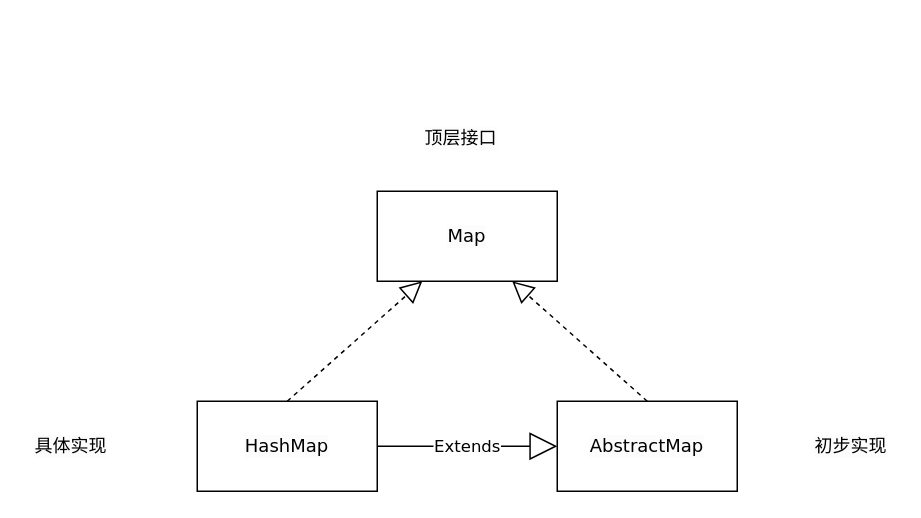
This is Java/hashMap.drawio from ZgStride/drawIO, a draw.io file, before an edit. Source tidied: cells renumbered, new cells numbered last; positions are measured from the earlier drawing's top-left corner, leaving out a move shared by most shapes. Both pictures are drawn from the tidied source at 150%, with x=0, y=0 at pixel (26, 116).
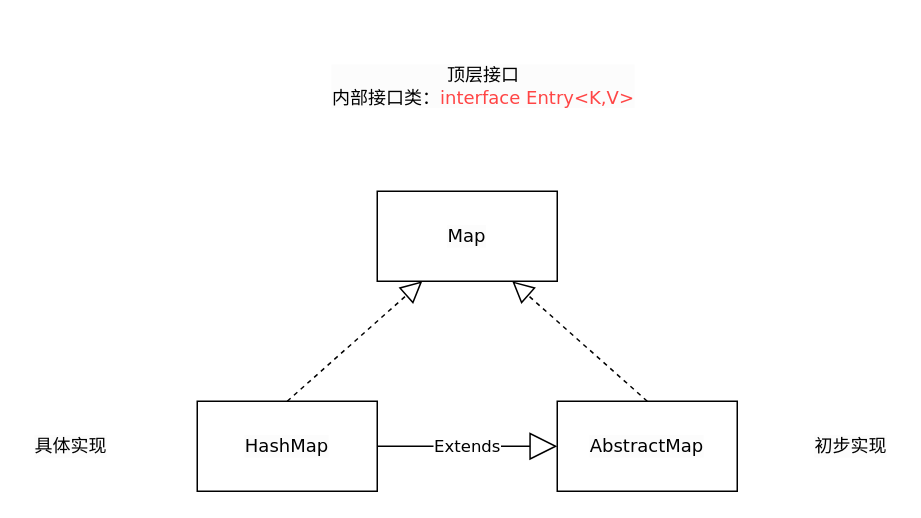
The same diagram, later.

Diff of the diagram source:
```diff
@@
 <mxGraphModel>
   <root>
     <mxCell id="0" />
     <mxCell id="1" parent="0" />
     <mxCell id="2" value="AbstractMap" style="rounded=0;whiteSpace=wrap;html=1;labelBackgroundColor=#FCFCFC;fontFamily=Verdana;" parent="1" vertex="1">
       <mxGeometry x="354" y="190" width="120" height="60" as="geometry" />
     </mxCell>
     <mxCell id="3" value="Map" style="rounded=0;whiteSpace=wrap;html=1;labelBackgroundColor=#FCFCFC;fontFamily=Verdana;" parent="1" vertex="1">
       <mxGeometry x="234" y="50" width="120" height="60" as="geometry" />
     </mxCell>
     <mxCell id="4" value="HashMap" style="rounded=0;whiteSpace=wrap;html=1;labelBackgroundColor=#FCFCFC;fontFamily=Verdana;" parent="1" vertex="1">
       <mxGeometry x="114" y="190" width="120" height="60" as="geometry" />
     </mxCell>
     <mxCell id="5" style="endArrow=block;dashed=1;endFill=0;endSize=12;html=1;rounded=0;fontFamily=Verdana;entryX=0.25;entryY=1;entryDx=0;entryDy=0;exitX=0.5;exitY=0;exitDx=0;exitDy=0;" parent="1" edge="1" source="4" target="3">
       <mxGeometry relative="1" as="geometry" />
     </mxCell>
     <mxCell id="6" style="endArrow=block;dashed=1;endFill=0;endSize=12;html=1;rounded=0;fontFamily=Verdana;entryX=0.75;entryY=1;entryDx=0;entryDy=0;exitX=0.5;exitY=0;exitDx=0;exitDy=0;" parent="1" edge="1" source="2" target="3">
       <mxGeometry relative="1" as="geometry" />
     </mxCell>
     <mxCell id="7" value="Extends" style="endArrow=block;endSize=16;endFill=0;html=1;rounded=0;fontFamily=Verdana;exitX=1;exitY=0.5;exitDx=0;exitDy=0;entryX=0;entryY=0.5;entryDx=0;entryDy=0;" parent="1" edge="1" source="4" target="2">
       <mxGeometry relative="1" as="geometry" />
     </mxCell>
-    <mxCell id="8" value="顶层接口" style="text;html=1;strokeColor=none;fillColor=none;align=center;verticalAlign=middle;whiteSpace=wrap;rounded=0;labelBackgroundColor=#FCFCFC;fontFamily=Verdana;" parent="1" vertex="1">
-      <mxGeometry x="260" width="60" height="30" as="geometry" />
+    <mxCell id="8" value="顶层接口&lt;br&gt;内部接口类：&lt;font color=&quot;#ff4545&quot;&gt;interface Entry&amp;lt;K,V&amp;gt;&lt;/font&gt;" style="text;html=1;strokeColor=none;fillColor=none;align=center;verticalAlign=middle;whiteSpace=wrap;rounded=0;labelBackgroundColor=#FCFCFC;fontFamily=Verdana;" parent="1" vertex="1">
+      <mxGeometry x="180" y="-60" width="250" height="80" as="geometry" />
     </mxCell>
     <mxCell id="9" value="初步实现" style="text;html=1;strokeColor=none;fillColor=none;align=center;verticalAlign=middle;whiteSpace=wrap;rounded=0;labelBackgroundColor=#FCFCFC;fontFamily=Verdana;" parent="1" vertex="1">
       <mxGeometry x="520" y="205" width="60" height="30" as="geometry" />
     </mxCell>
     <mxCell id="10" value="具体实现" style="text;html=1;strokeColor=none;fillColor=none;align=center;verticalAlign=middle;whiteSpace=wrap;rounded=0;labelBackgroundColor=#FCFCFC;fontFamily=Verdana;" parent="1" vertex="1">
       <mxGeometry y="205" width="60" height="30" as="geometry" />
     </mxCell>
   </root>
 </mxGraphModel>
```
